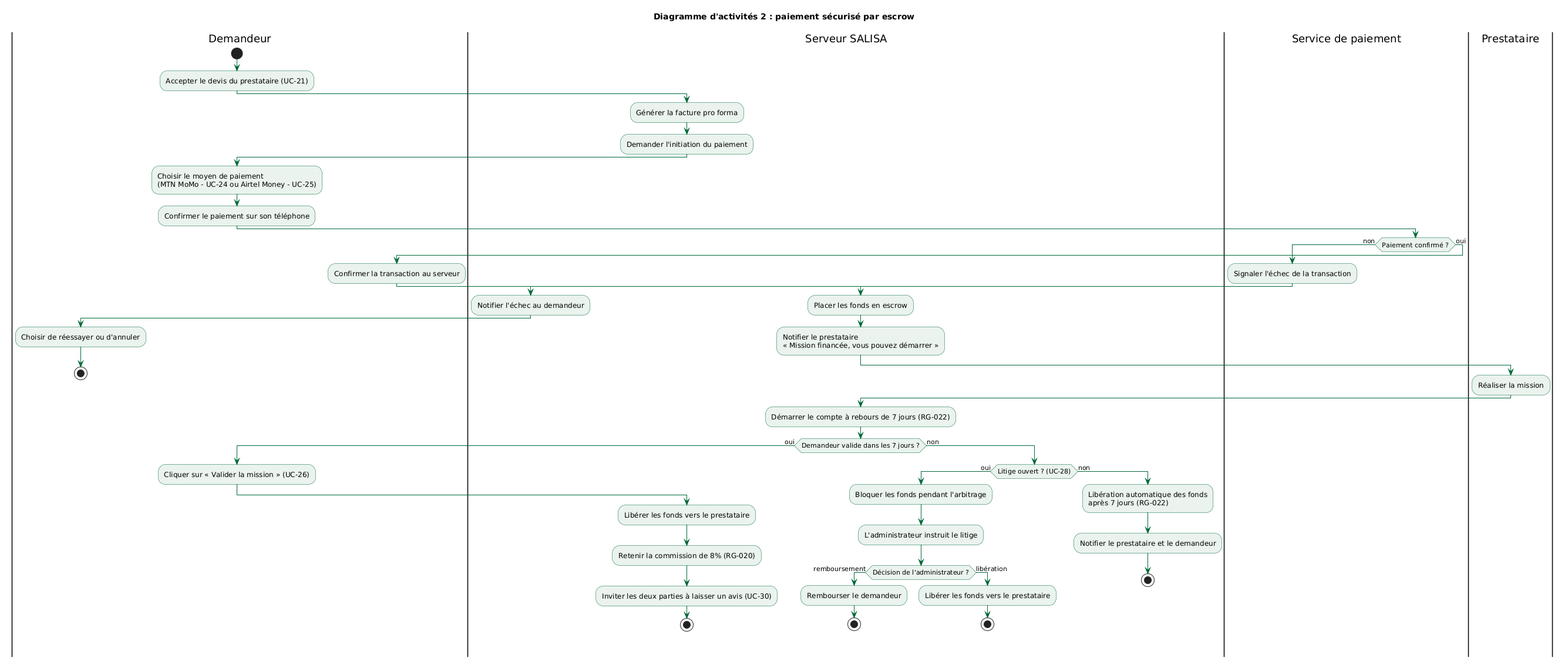
Earlier version of the PlantUML export images/diagramme_activites_paiement.png (KazeHolloway/Projet_LaTex).
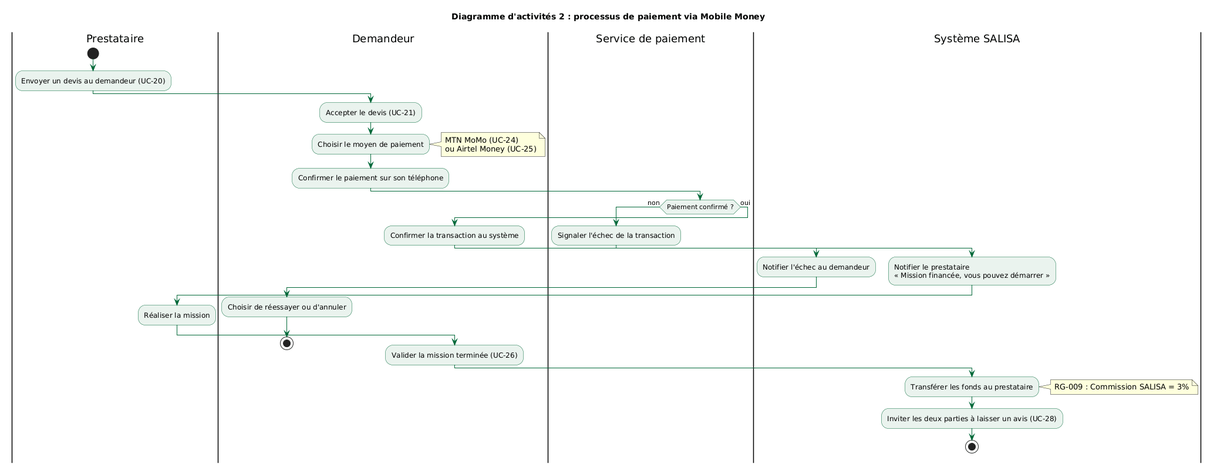
After the change.

What changed in the source:
```diff
@@ -1,27 +1,30 @@
 @startuml
-title Diagramme d'activités 2 : paiement sécurisé par escrow
+title Diagramme d'activités 2 : processus de paiement via Mobile Money
 
 skinparam activityBorderColor #006838
 skinparam activityBackgroundColor #EAF3EE
 skinparam activityArrowColor #006838
 
-|Demandeur|
+|Prestataire|
 start
-:Accepter le devis du prestataire (UC-21);
-
-|Serveur SALISA|
-:Générer la facture pro forma;
-:Demander l'initiation du paiement;
+:Envoyer un devis au demandeur (UC-20);
 
 |Demandeur|
-:Choisir le moyen de paiement\n(MTN MoMo - UC-24 ou Airtel Money - UC-25);
+:Accepter le devis (UC-21);
+
+:Choisir le moyen de paiement;
+note right
+MTN MoMo (UC-24)
+ou Airtel Money (UC-25)
+end note
+
 :Confirmer le paiement sur son téléphone;
 
 |Service de paiement|
 if (Paiement confirmé ?) then (non)
   :Signaler l'échec de la transaction;
 
-  |Serveur SALISA|
+  |Système SALISA|
   :Notifier l'échec au demandeur;
 
   |Demandeur|
@@ -29,50 +32,25 @@
   stop
 
 else (oui)
-  :Confirmer la transaction au serveur;
+  :Confirmer la transaction au système;
 
-  |Serveur SALISA|
-  :Placer les fonds en escrow;
+  |Système SALISA|
   :Notifier le prestataire\n« Mission financée, vous pouvez démarrer »;
 
   |Prestataire|
   :Réaliser la mission;
 
-  |Serveur SALISA|
-  :Démarrer le compte à rebours de 7 jours (RG-022);
+  |Demandeur|
+  :Valider la mission terminée (UC-26);
 
-  if (Demandeur valide dans les 7 jours ?) then (oui)
-    |Demandeur|
-    :Cliquer sur « Valider la mission » (UC-26);
+  |Système SALISA|
+  :Transférer les fonds au prestataire;
+  note right
+  RG-009 : Commission SALISA = 3%
+  end note
 
-    |Serveur SALISA|
-    :Libérer les fonds vers le prestataire;
-    :Retenir la commission de 8% (RG-020);
-    :Inviter les deux parties à laisser un avis (UC-30);
-    stop
+  :Inviter les deux parties à laisser un avis (UC-28);
+  stop
 
-  else (non)
-    if (Litige ouvert ? (UC-28)) then (oui)
-      |Serveur SALISA|
-      :Bloquer les fonds pendant l'arbitrage;
-      :L'administrateur instruit le litige;
-
-      if (Décision de l'administrateur ?) then (remboursement)
-        |Serveur SALISA|
-        :Rembourser le demandeur;
-        stop
-      else (libération)
-        |Serveur SALISA|
-        :Libérer les fonds vers le prestataire;
-        stop
-      end if
-
-    else (non)
-      |Serveur SALISA|
-      :Libération automatique des fonds\naprès 7 jours (RG-022);
-      :Notifier le prestataire et le demandeur;
-      stop
-    end if
-  end if
 end if
 @enduml
```
